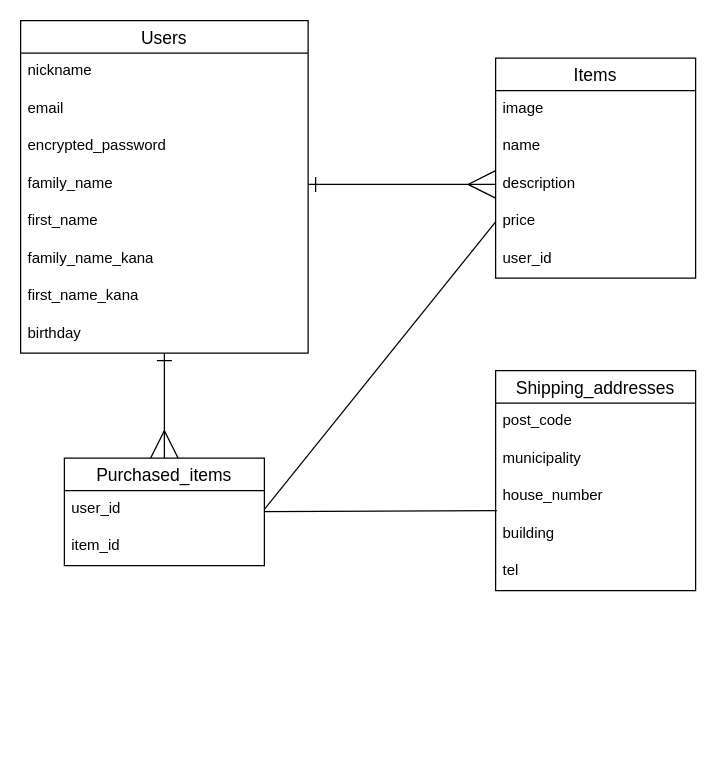
Above: er.dio in yuuoota/furima-37035 (draw.io), before the change. Source tidied: cells renumbered, new cells numbered last; positions are measured from the earlier drawing's top-left corner, leaving out a move shared by most shapes. Both pictures are drawn from the tidied source at 125%, with x=0, y=0 at pixel (20, 20).
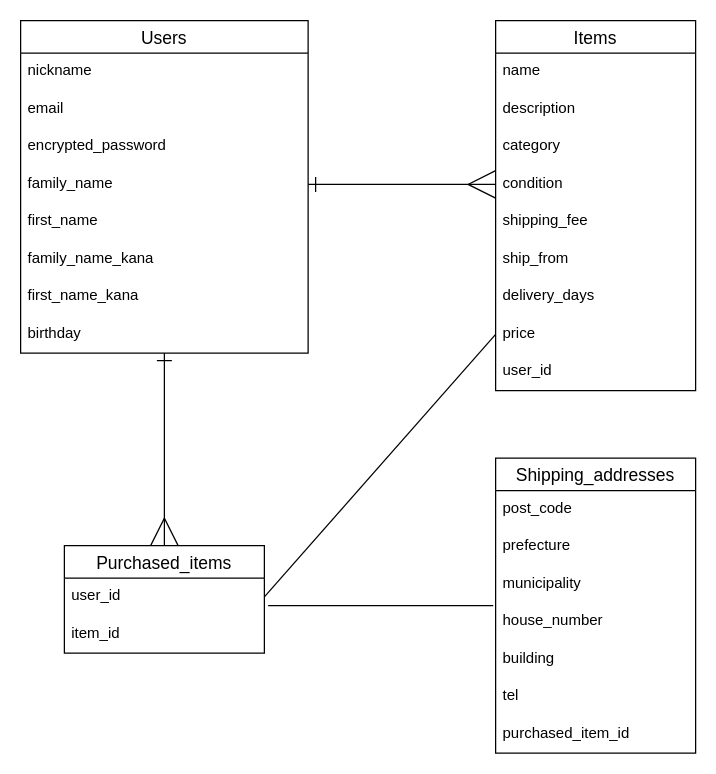
Above is the later version.

Commit message (it also covers changes not shown here):
データベース設計の修正

The change refers to these unchanged cells:
```xml
<mxCell id="7" value="family_name" style="text;strokeColor=none;fillColor=none;spacingLeft=4;spacingRight=4;overflow=hidden;points=[[0,0.5],[1,0.5]];portConstraint=eastwest;fontSize=12;" parent="3" vertex="1">
  <mxGeometry y="116" width="230" height="30" as="geometry" />
</mxCell>
<mxCell id="27" value="user_id" style="text;strokeColor=none;fillColor=none;spacingLeft=4;spacingRight=4;overflow=hidden;points=[[0,0.5],[1,0.5]];portConstraint=eastwest;fontSize=12;" parent="26" vertex="1">
  <mxGeometry y="26" width="160" height="30" as="geometry" />
</mxCell>
```

The edit, as a diff of the source:
```diff
@@
     <mxCell id="13" value="Items" style="swimlane;fontStyle=0;horizontal=1;startSize=26;align=center;fontSize=14;" parent="1" vertex="1">
-      <mxGeometry x="380" y="30" width="160" height="176" as="geometry" />
+      <mxGeometry x="380" width="160" height="296" as="geometry" />
     </mxCell>
-    <mxCell id="14" value="image" style="text;strokeColor=none;fillColor=none;spacingLeft=4;spacingRight=4;overflow=hidden;fontSize=12;" parent="13" vertex="1">
-      <mxGeometry y="26" width="160" height="30" as="geometry" />
-    </mxCell>
     <mxCell id="15" value="name" style="text;strokeColor=none;fillColor=none;spacingLeft=4;spacingRight=4;overflow=hidden;fontSize=12;" parent="13" vertex="1">
-      <mxGeometry y="56" width="160" height="30" as="geometry" />
+      <mxGeometry y="26" width="160" height="30" as="geometry" />
     </mxCell>
     <mxCell id="16" value="description" style="text;strokeColor=none;fillColor=none;spacingLeft=4;spacingRight=4;overflow=hidden;points=[[0,0.5],[1,0.5]];portConstraint=eastwest;fontSize=12;" parent="13" vertex="1">
-      <mxGeometry y="86" width="160" height="30" as="geometry" />
+      <mxGeometry y="56" width="160" height="30" as="geometry" />
     </mxCell>
+    <mxCell id="30" value="category" style="text;strokeColor=none;fillColor=none;spacingLeft=4;spacingRight=4;overflow=hidden;fontSize=12;" parent="13" vertex="1">
+      <mxGeometry y="86" width="160" height="30" as="geometry" />
+    </mxCell>
+    <mxCell id="31" value="condition" style="text;strokeColor=none;fillColor=none;spacingLeft=4;spacingRight=4;overflow=hidden;points=[[0,0.5],[1,0.5]];portConstraint=eastwest;fontSize=12;" parent="13" vertex="1">
+      <mxGeometry y="116" width="160" height="30" as="geometry" />
+    </mxCell>
+    <mxCell id="32" value="shipping_fee" style="text;strokeColor=none;fillColor=none;spacingLeft=4;spacingRight=4;overflow=hidden;fontSize=12;" parent="13" vertex="1">
+      <mxGeometry y="146" width="160" height="30" as="geometry" />
+    </mxCell>
+    <mxCell id="33" value="ship_from" style="text;strokeColor=none;fillColor=none;spacingLeft=4;spacingRight=4;overflow=hidden;fontSize=12;" parent="13" vertex="1">
+      <mxGeometry y="176" width="160" height="30" as="geometry" />
+    </mxCell>
+    <mxCell id="34" value="delivery_days" style="text;strokeColor=none;fillColor=none;spacingLeft=4;spacingRight=4;overflow=hidden;fontSize=12;" parent="13" vertex="1">
+      <mxGeometry y="206" width="160" height="30" as="geometry" />
+    </mxCell>
     <mxCell id="17" value="price" style="text;strokeColor=none;fillColor=none;spacingLeft=4;spacingRight=4;overflow=hidden;points=[[0,0.5],[1,0.5]];portConstraint=eastwest;fontSize=12;" parent="13" vertex="1">
-      <mxGeometry y="116" width="160" height="30" as="geometry" />
+      <mxGeometry y="236" width="160" height="30" as="geometry" />
     </mxCell>
     <mxCell id="18" value="user_id" style="text;strokeColor=none;fillColor=none;spacingLeft=4;spacingRight=4;overflow=hidden;fontSize=12;" parent="13" vertex="1">
-      <mxGeometry y="146" width="160" height="30" as="geometry" />
+      <mxGeometry y="266" width="160" height="30" as="geometry" />
     </mxCell>
     <mxCell id="19" value="Shipping_addresses" style="swimlane;fontStyle=0;horizontal=1;startSize=26;align=center;fontSize=14;" parent="1" vertex="1">
-      <mxGeometry x="380" y="280" width="160" height="176" as="geometry" />
+      <mxGeometry x="380" y="350" width="160" height="236" as="geometry" />
     </mxCell>
+    <mxCell id="35" value="post_code" style="text;strokeColor=none;fillColor=none;spacingLeft=4;spacingRight=4;overflow=hidden;fontSize=12;" parent="19" vertex="1">
+      <mxGeometry y="26" width="160" height="30" as="geometry" />
+    </mxCell>
-    <mxCell id="20" value="post_code" style="text;strokeColor=none;fillColor=none;spacingLeft=4;spacingRight=4;overflow=hidden;fontSize=12;" parent="19" vertex="1">
-      <mxGeometry y="26" width="160" height="30" as="geometry" />
+    <mxCell id="20" value="prefecture" style="text;strokeColor=none;fillColor=none;spacingLeft=4;spacingRight=4;overflow=hidden;fontSize=12;" parent="19" vertex="1">
+      <mxGeometry y="56" width="160" height="30" as="geometry" />
     </mxCell>
     <mxCell id="21" value="municipality" style="text;strokeColor=none;fillColor=none;spacingLeft=4;spacingRight=4;overflow=hidden;points=[[0,0.5],[1,0.5]];portConstraint=eastwest;fontSize=12;" parent="19" vertex="1">
-      <mxGeometry y="56" width="160" height="30" as="geometry" />
+      <mxGeometry y="86" width="160" height="30" as="geometry" />
     </mxCell>
     <mxCell id="22" value="house_number" style="text;strokeColor=none;fillColor=none;spacingLeft=4;spacingRight=4;overflow=hidden;fontSize=12;" parent="19" vertex="1">
-      <mxGeometry y="86" width="160" height="30" as="geometry" />
+      <mxGeometry y="116" width="160" height="30" as="geometry" />
     </mxCell>
     <mxCell id="23" value="building" style="text;strokeColor=none;fillColor=none;spacingLeft=4;spacingRight=4;overflow=hidden;points=[[0,0.5],[1,0.5]];portConstraint=eastwest;fontSize=12;" parent="19" vertex="1">
-      <mxGeometry y="116" width="160" height="30" as="geometry" />
+      <mxGeometry y="146" width="160" height="30" as="geometry" />
     </mxCell>
+    <mxCell id="36" value="tel" style="text;strokeColor=none;fillColor=none;spacingLeft=4;spacingRight=4;overflow=hidden;fontSize=12;" parent="19" vertex="1">
+      <mxGeometry y="176" width="160" height="30" as="geometry" />
+    </mxCell>
-    <mxCell id="24" value="tel" style="text;strokeColor=none;fillColor=none;spacingLeft=4;spacingRight=4;overflow=hidden;fontSize=12;" parent="19" vertex="1">
-      <mxGeometry y="146" width="160" height="30" as="geometry" />
+    <mxCell id="24" value="purchased_item_id" style="text;strokeColor=none;fillColor=none;spacingLeft=4;spacingRight=4;overflow=hidden;fontSize=12;" parent="19" vertex="1">
+      <mxGeometry y="206" width="160" height="30" as="geometry" />
     </mxCell>
-    <mxCell id="25" style="edgeStyle=none;html=1;startArrow=none;startFill=0;endArrow=none;endFill=0;startSize=10;endSize=20;entryX=0.006;entryY=-0.133;entryDx=0;entryDy=0;entryPerimeter=0;" parent="1" edge="1" source="26" target="23">
+    <mxCell id="25" style="edgeStyle=none;html=1;startArrow=none;startFill=0;endArrow=none;endFill=0;startSize=10;endSize=20;entryX=-0.012;entryY=1.067;entryDx=0;entryDy=0;entryPerimeter=0;exitX=1.019;exitY=0.733;exitDx=0;exitDy=0;exitPerimeter=0;" parent="1" edge="1" source="27" target="21">
       <mxGeometry relative="1" as="geometry" />
     </mxCell>
     <mxCell id="26" value="Purchased_items" style="swimlane;fontStyle=0;horizontal=1;startSize=26;align=center;fontSize=14;" parent="1" vertex="1">
-      <mxGeometry x="35" y="350" width="160" height="86" as="geometry" />
+      <mxGeometry x="35" y="420" width="160" height="86" as="geometry" />
     </mxCell>
@@
-    <mxCell id="29" style="edgeStyle=none;html=1;exitX=1;exitY=0.5;exitDx=0;exitDy=0;entryX=0;entryY=0.5;entryDx=0;entryDy=0;endArrow=ERmany;endFill=0;startSize=10;endSize=20;startArrow=ERone;startFill=0;" parent="1" edge="1" source="7" target="16">
+    <mxCell id="29" style="edgeStyle=none;html=1;exitX=1;exitY=0.5;exitDx=0;exitDy=0;entryX=0;entryY=0.5;entryDx=0;entryDy=0;endArrow=ERmany;endFill=0;startSize=10;endSize=20;startArrow=ERone;startFill=0;" parent="1" edge="1" source="7" target="31">
       <mxGeometry relative="1" as="geometry" />
     </mxCell>
```
